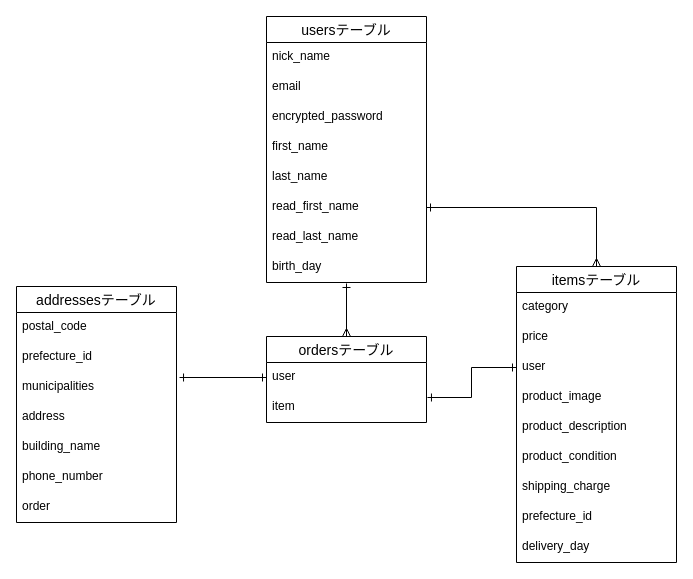
This is test.dio from yushi777/furima-38621, a draw.io file, before an edit. Source tidied: cells renumbered, new cells numbered last; positions are measured from the earlier drawing's top-left corner, leaving out a move shared by most shapes. Both pictures are drawn from the tidied source at 100%, with x=0, y=0 at pixel (16, 16).
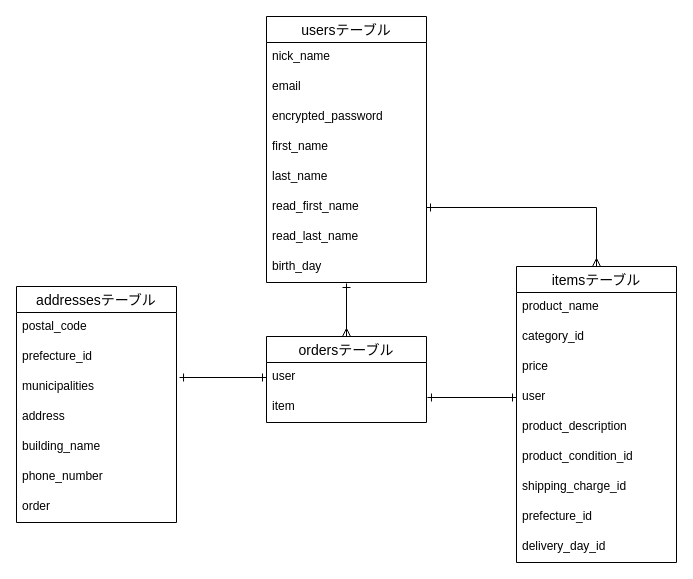
The same diagram, later.

Commit message:
データベース設計の修正３

The change refers to these unchanged cells:
```xml
<mxCell id="11" value="itemsテーブル" style="swimlane;fontStyle=0;horizontal=1;startSize=26;align=center;fontSize=14;" parent="1" vertex="1">
  <mxGeometry x="500" y="250" width="160" height="296" as="geometry" />
</mxCell>
```

The edit, as a diff of the source:
```diff
@@
+    <mxCell id="15" value="product_name" style="text;strokeColor=none;fillColor=none;spacingLeft=4;spacingRight=4;overflow=hidden;fontSize=12;" parent="11" vertex="1">
+      <mxGeometry y="26" width="160" height="30" as="geometry" />
+    </mxCell>
-    <mxCell id="12" value="category" style="text;strokeColor=none;fillColor=none;spacingLeft=4;spacingRight=4;overflow=hidden;fontSize=12;" parent="11" vertex="1">
-      <mxGeometry y="26" width="160" height="30" as="geometry" />
+    <mxCell id="12" value="category_id" style="text;strokeColor=none;fillColor=none;spacingLeft=4;spacingRight=4;overflow=hidden;fontSize=12;" parent="11" vertex="1">
+      <mxGeometry y="56" width="160" height="30" as="geometry" />
     </mxCell>
     <mxCell id="13" value="price" style="text;strokeColor=none;fillColor=none;spacingLeft=4;spacingRight=4;overflow=hidden;fontSize=12;" parent="11" vertex="1">
-      <mxGeometry y="56" width="160" height="30" as="geometry" />
+      <mxGeometry y="86" width="160" height="30" as="geometry" />
     </mxCell>
     <mxCell id="14" value="user" style="text;strokeColor=none;fillColor=none;spacingLeft=4;spacingRight=4;overflow=hidden;points=[[0,0.5],[1,0.5]];portConstraint=eastwest;fontSize=12;" parent="11" vertex="1">
-      <mxGeometry y="86" width="160" height="30" as="geometry" />
+      <mxGeometry y="116" width="160" height="30" as="geometry" />
     </mxCell>
-    <mxCell id="15" value="product_image" style="text;strokeColor=none;fillColor=none;spacingLeft=4;spacingRight=4;overflow=hidden;fontSize=12;" parent="11" vertex="1">
-      <mxGeometry y="116" width="160" height="30" as="geometry" />
-    </mxCell>
@@
-    <mxCell id="17" value="product_condition" style="text;strokeColor=none;fillColor=none;spacingLeft=4;spacingRight=4;overflow=hidden;fontSize=12;" parent="11" vertex="1">
+    <mxCell id="17" value="product_condition_id" style="text;strokeColor=none;fillColor=none;spacingLeft=4;spacingRight=4;overflow=hidden;fontSize=12;" parent="11" vertex="1">
       <mxGeometry y="176" width="160" height="30" as="geometry" />
     </mxCell>
-    <mxCell id="18" value="shipping_charge" style="text;strokeColor=none;fillColor=none;spacingLeft=4;spacingRight=4;overflow=hidden;fontSize=12;" parent="11" vertex="1">
+    <mxCell id="18" value="shipping_charge_id" style="text;strokeColor=none;fillColor=none;spacingLeft=4;spacingRight=4;overflow=hidden;fontSize=12;" parent="11" vertex="1">
       <mxGeometry y="206" width="160" height="30" as="geometry" />
     </mxCell>
@@
-    <mxCell id="20" value="delivery_day" style="text;strokeColor=none;fillColor=none;spacingLeft=4;spacingRight=4;overflow=hidden;fontSize=12;" parent="11" vertex="1">
+    <mxCell id="20" value="delivery_day_id" style="text;strokeColor=none;fillColor=none;spacingLeft=4;spacingRight=4;overflow=hidden;fontSize=12;" parent="11" vertex="1">
       <mxGeometry y="266" width="160" height="30" as="geometry" />
     </mxCell>
```
